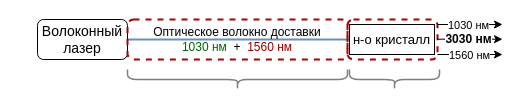
The draw.io diagram Presentation/images/problem.drawio in 3dsoundfromtagan/Russian-Phd-LaTeX-Dissertation-Template, before the edit. Source tidied: cells renumbered, new cells numbered last; positions are measured from the earlier drawing's top-left corner, leaving out a move shared by most shapes. Both pictures are drawn from the tidied source at 100%, with x=0, y=0 at pixel (37, -31).
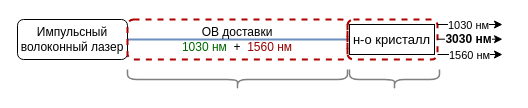
Above is the later version.

The edit, as a diff of the source:
```diff
@@
 <mxGraphModel>
   <root>
     <mxCell id="0" />
     <mxCell id="1" parent="0" />
     <mxCell id="2" style="edgeStyle=orthogonalEdgeStyle;rounded=0;jettySize=auto;html=1;exitX=1;exitY=0.5;exitDx=0;exitDy=0;entryX=0;entryY=0.5;entryDx=0;entryDy=0;fillColor=#dae8fc;strokeColor=#6c8ebf;endArrow=none;endFill=0;strokeWidth=2;" parent="1" edge="1" source="3" target="6">
       <mxGeometry relative="1" as="geometry" />
     </mxCell>
-    <mxCell id="3" value="&lt;font style=&quot;font-size: 14px;&quot;&gt;Волоконный&lt;/font&gt;&lt;div&gt;&lt;font style=&quot;font-size: 14px;&quot;&gt;лазер&lt;/font&gt;&lt;/div&gt;" style="rounded=1;whiteSpace=wrap;html=1;" parent="1" vertex="1">
-      <mxGeometry y="50" width="90" height="40" as="geometry" />
+    <mxCell id="3" value="&lt;font&gt;Импульсный&lt;/font&gt;&lt;div&gt;&lt;font&gt;&lt;font style=&quot;&quot;&gt;волоконный&amp;nbsp;&lt;/font&gt;&lt;span style=&quot;background-color: transparent; color: light-dark(rgb(0, 0, 0), rgb(255, 255, 255));&quot;&gt;лазер&lt;/span&gt;&lt;/font&gt;&lt;/div&gt;" style="rounded=1;whiteSpace=wrap;html=1;" parent="1" vertex="1">
+      <mxGeometry x="-20" y="50" width="110" height="40" as="geometry" />
     </mxCell>
-    <mxCell id="4" value="Оптическое волокно доставки&lt;div&gt;&lt;font style=&quot;color: rgb(0, 102, 0);&quot;&gt;1030 нм&lt;/font&gt;&amp;nbsp; +&amp;nbsp; &lt;font style=&quot;color: rgb(153, 0, 0);&quot;&gt;1560 нм&lt;/font&gt;&lt;/div&gt;" style="whiteSpace=wrap;html=1;rounded=1;dashed=1;fillColor=none;strokeColor=#AE0000;strokeWidth=2;" parent="1" vertex="1">
+    <mxCell id="4" value="ОВ доставки&lt;div&gt;&lt;font style=&quot;color: rgb(0, 102, 0);&quot;&gt;1030 нм&lt;/font&gt;&amp;nbsp; +&amp;nbsp; &lt;font style=&quot;color: rgb(153, 0, 0);&quot;&gt;1560 нм&lt;/font&gt;&lt;/div&gt;" style="whiteSpace=wrap;html=1;rounded=1;dashed=1;fillColor=none;strokeColor=#AE0000;strokeWidth=2;" parent="1" vertex="1">
       <mxGeometry x="90" y="50" width="220" height="40" as="geometry" />
     </mxCell>
     <mxCell id="5" style="whiteSpace=wrap;html=1;rounded=1;dashed=1;fillColor=none;strokeColor=#AE0000;strokeWidth=2;" parent="1" vertex="1">
       <mxGeometry x="310" y="50" width="90" height="40" as="geometry" />
     </mxCell>
     <mxCell id="6" value="&lt;font style=&quot;font-size: 13px;&quot;&gt;н-о кристалл&lt;/font&gt;" style="rounded=0;whiteSpace=wrap;html=1;" parent="1" vertex="1">
       <mxGeometry x="312" y="55" width="85" height="30" as="geometry" />
     </mxCell>
     <mxCell id="7" style="endArrow=classic;html=1;rounded=0;" parent="1" edge="1">
       <mxGeometry relative="1" as="geometry">
         <mxPoint x="400" y="55" as="sourcePoint" />
         <mxPoint x="465" y="55" as="targetPoint" />
       </mxGeometry>
     </mxCell>
     <mxCell id="8" value="1030 нм" style="edgeLabel;html=1;align=center;verticalAlign=middle;" parent="7" vertex="1">
       <mxGeometry x="0.1" y="2" relative="1" as="geometry">
         <mxPoint x="-6" y="2" as="offset" />
       </mxGeometry>
     </mxCell>
     <mxCell id="9" style="endArrow=classic;html=1;rounded=0;" parent="1" edge="1">
       <mxGeometry relative="1" as="geometry">
         <mxPoint x="400" y="69.7" as="sourcePoint" />
         <mxPoint x="465" y="69.7" as="targetPoint" />
       </mxGeometry>
     </mxCell>
     <mxCell id="10" value="&lt;font style=&quot;font-size: 12px;&quot;&gt;&lt;b&gt;3030 нм&lt;/b&gt;&lt;/font&gt;" style="edgeLabel;html=1;align=center;verticalAlign=middle;" parent="9" vertex="1">
       <mxGeometry x="0.1" y="2" relative="1" as="geometry">
         <mxPoint x="-6" y="2" as="offset" />
       </mxGeometry>
     </mxCell>
     <mxCell id="11" style="endArrow=classic;html=1;rounded=0;" parent="1" edge="1">
       <mxGeometry relative="1" as="geometry">
         <mxPoint x="400" y="85" as="sourcePoint" />
         <mxPoint x="465" y="85" as="targetPoint" />
       </mxGeometry>
     </mxCell>
     <mxCell id="12" value="1560 нм" style="edgeLabel;html=1;align=center;verticalAlign=middle;" parent="11" vertex="1">
       <mxGeometry x="0.31" y="-1" relative="1" as="geometry">
         <mxPoint x="-12" y="-1" as="offset" />
       </mxGeometry>
     </mxCell>
     <mxCell id="13" style="shape=curlyBracket;whiteSpace=wrap;html=1;rounded=1;flipH=1;labelPosition=right;verticalLabelPosition=middle;align=left;verticalAlign=middle;legacyAnchorPoints=0;rotation=90;size=0.5;strokeWidth=1.5;opacity=50;" parent="1" vertex="1">
       <mxGeometry x="190" width="20" height="220" as="geometry" />
     </mxCell>
     <mxCell id="14" style="shape=curlyBracket;whiteSpace=wrap;html=1;rounded=1;flipH=1;labelPosition=right;verticalLabelPosition=middle;align=left;verticalAlign=middle;legacyAnchorPoints=0;rotation=90;size=0.5;strokeWidth=1.5;opacity=50;" parent="1" vertex="1">
       <mxGeometry x="347" y="65" width="20" height="90" as="geometry" />
     </mxCell>
   </root>
 </mxGraphModel>
```
